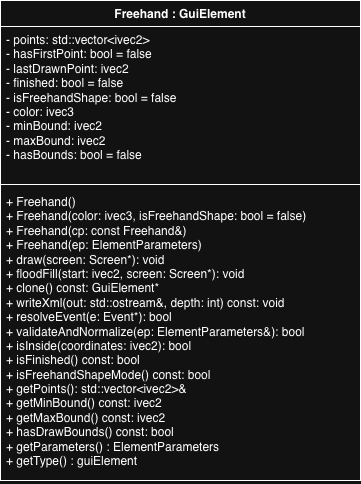
Before: images/Freehand_UML.png, a diagram exported from draw.io (cgreen2048/ArtHuddle). Source tidied: cells renumbered, new cells last; positions are measured from the earlier drawing's top-left corner, leaving out a move shared by most shapes.
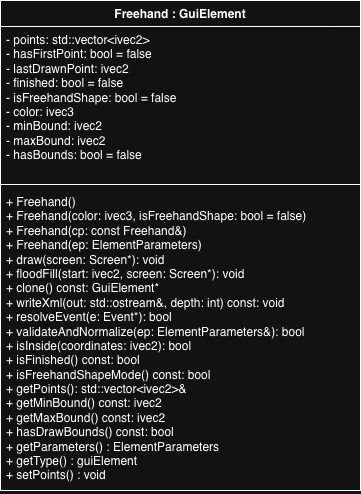
After the commit.

What changed in the source:
```diff
@@ -3,7 +3,7 @@
     <mxCell id="0" />
     <mxCell id="1" parent="0" />
     <mxCell id="2" value="Freehand : GuiElement" style="swimlane;fontStyle=1;align=center;verticalAlign=top;horizontal=1;startSize=26;whiteSpace=wrap;html=1;" parent="1" vertex="1">
-      <mxGeometry width="360" height="480" as="geometry" />
+      <mxGeometry width="360" height="490" as="geometry" />
     </mxCell>
     <mxCell id="3" value="- points: std::vector&amp;lt;ivec2&amp;gt;&lt;div&gt;- hasFirstPoint: bool = false&lt;/div&gt;&lt;div&gt;- lastDrawnPoint: ivec2&lt;/div&gt;&lt;div&gt;- finished: bool = false&lt;/div&gt;&lt;div&gt;- isFreehandShape: bool = false&lt;/div&gt;&lt;div&gt;- color: ivec3&lt;/div&gt;&lt;div&gt;- minBound: ivec2&lt;/div&gt;&lt;div&gt;- maxBound: ivec2&lt;/div&gt;&lt;div&gt;- hasBounds: bool = false&lt;/div&gt;" style="text;strokeColor=none;fillColor=none;align=left;verticalAlign=top;spacingLeft=4;spacingRight=4;overflow=hidden;whiteSpace=wrap;html=1;" parent="2" vertex="1">
       <mxGeometry y="26" width="360" height="154" as="geometry" />
@@ -11,8 +11,8 @@
     <mxCell id="4" style="line;strokeWidth=1;fillColor=none;align=left;verticalAlign=middle;spacingTop=-1;spacingLeft=3;spacingRight=3;labelPosition=right;strokeColor=inherit;" parent="2" vertex="1">
       <mxGeometry y="180" width="360" height="8" as="geometry" />
     </mxCell>
-    <mxCell id="5" value="+ Freehand()&lt;div&gt;+ Freehand(color: ivec3, isFreehandShape: bool = false)&lt;/div&gt;&lt;div&gt;+ Freehand(cp: const Freehand&amp;amp;)&lt;/div&gt;&lt;div&gt;+ Freehand(ep: ElementParameters)&lt;/div&gt;&lt;div&gt;+ draw(screen: Screen*): void&lt;/div&gt;&lt;div&gt;+ floodFill(start: ivec2, screen: Screen*): void&lt;/div&gt;&lt;div&gt;+ clone() const: GuiElement*&lt;/div&gt;&lt;div&gt;+ writeXml(out:&amp;nbsp;&lt;span style=&quot;background-color: transparent; color: light-dark(rgb(0, 0, 0), rgb(255, 255, 255));&quot;&gt;std::ostream&amp;amp;&lt;/span&gt;&lt;span style=&quot;background-color: transparent; color: light-dark(rgb(0, 0, 0), rgb(255, 255, 255));&quot;&gt;, depth: int) const: void&lt;/span&gt;&lt;/div&gt;&lt;div&gt;+ resolveEvent(e: Event*): bool&lt;/div&gt;&lt;div&gt;+ validateAndNormalize(ep:&amp;nbsp;&lt;span style=&quot;background-color: transparent; color: light-dark(rgb(0, 0, 0), rgb(255, 255, 255));&quot;&gt;ElementParameters&amp;amp;&lt;/span&gt;&lt;span style=&quot;background-color: transparent; color: light-dark(rgb(0, 0, 0), rgb(255, 255, 255));&quot;&gt;): bool&lt;/span&gt;&lt;/div&gt;&lt;div&gt;+ isInside(coordinates: ivec2): bool&lt;/div&gt;&lt;div&gt;+ isFinished() const: bool&lt;/div&gt;&lt;div&gt;+ isFreehandShapeMode() const: bool&lt;/div&gt;&lt;div&gt;+ getPoints(): std::vector&amp;lt;ivec2&amp;gt;&amp;amp;&lt;/div&gt;&lt;div&gt;+ getMinBound() const: ivec2&lt;/div&gt;&lt;div&gt;+ getMaxBound() const: ivec2&lt;/div&gt;&lt;div&gt;+ hasDrawBounds() const: bool&lt;/div&gt;&lt;div&gt;+ getParameters() : ElementParameters&lt;/div&gt;&lt;div&gt;+ getType() : guiElement&lt;/div&gt;" style="text;strokeColor=none;fillColor=none;align=left;verticalAlign=top;spacingLeft=4;spacingRight=4;overflow=hidden;whiteSpace=wrap;html=1;" parent="2" vertex="1">
-      <mxGeometry y="188" width="360" height="292" as="geometry" />
+    <mxCell id="5" value="+ Freehand()&lt;div&gt;+ Freehand(color: ivec3, isFreehandShape: bool = false)&lt;/div&gt;&lt;div&gt;+ Freehand(cp: const Freehand&amp;amp;)&lt;/div&gt;&lt;div&gt;+ Freehand(ep: ElementParameters)&lt;/div&gt;&lt;div&gt;+ draw(screen: Screen*): void&lt;/div&gt;&lt;div&gt;+ floodFill(start: ivec2, screen: Screen*): void&lt;/div&gt;&lt;div&gt;+ clone() const: GuiElement*&lt;/div&gt;&lt;div&gt;+ writeXml(out:&amp;nbsp;&lt;span style=&quot;background-color: transparent; color: light-dark(rgb(0, 0, 0), rgb(255, 255, 255));&quot;&gt;std::ostream&amp;amp;&lt;/span&gt;&lt;span style=&quot;background-color: transparent; color: light-dark(rgb(0, 0, 0), rgb(255, 255, 255));&quot;&gt;, depth: int) const: void&lt;/span&gt;&lt;/div&gt;&lt;div&gt;+ resolveEvent(e: Event*): bool&lt;/div&gt;&lt;div&gt;+ validateAndNormalize(ep:&amp;nbsp;&lt;span style=&quot;background-color: transparent; color: light-dark(rgb(0, 0, 0), rgb(255, 255, 255));&quot;&gt;ElementParameters&amp;amp;&lt;/span&gt;&lt;span style=&quot;background-color: transparent; color: light-dark(rgb(0, 0, 0), rgb(255, 255, 255));&quot;&gt;): bool&lt;/span&gt;&lt;/div&gt;&lt;div&gt;+ isInside(coordinates: ivec2): bool&lt;/div&gt;&lt;div&gt;+ isFinished() const: bool&lt;/div&gt;&lt;div&gt;+ isFreehandShapeMode() const: bool&lt;/div&gt;&lt;div&gt;+ getPoints(): std::vector&amp;lt;ivec2&amp;gt;&amp;amp;&lt;/div&gt;&lt;div&gt;+ getMinBound() const: ivec2&lt;/div&gt;&lt;div&gt;+ getMaxBound() const: ivec2&lt;/div&gt;&lt;div&gt;+ hasDrawBounds() const: bool&lt;/div&gt;&lt;div&gt;+ getParameters() : ElementParameters&lt;/div&gt;&lt;div&gt;+ getType() : guiElement&lt;/div&gt;&lt;div&gt;+ setPoints() : void&lt;/div&gt;" style="text;strokeColor=none;fillColor=none;align=left;verticalAlign=top;spacingLeft=4;spacingRight=4;overflow=hidden;whiteSpace=wrap;html=1;" parent="2" vertex="1">
+      <mxGeometry y="188" width="360" height="302" as="geometry" />
     </mxCell>
   </root>
 </mxGraphModel>
```
